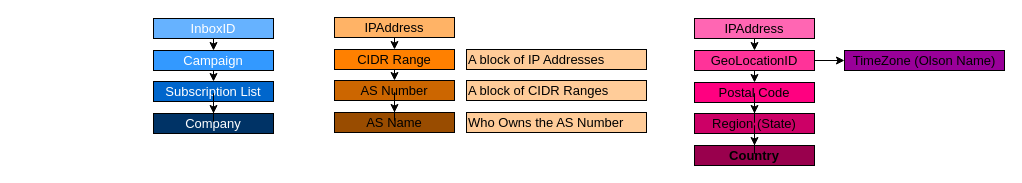
Before: Hierarchies.dio in Robert-312/PyTorch-CNN-Framework, a draw.io diagram. Source tidied: cells renumbered, new cells numbered last; positions are measured from the earlier drawing's top-left corner, leaving out a move shared by most shapes. Both pictures are drawn from the tidied source at 100%, with x=0, y=0 at pixel (153, 17).
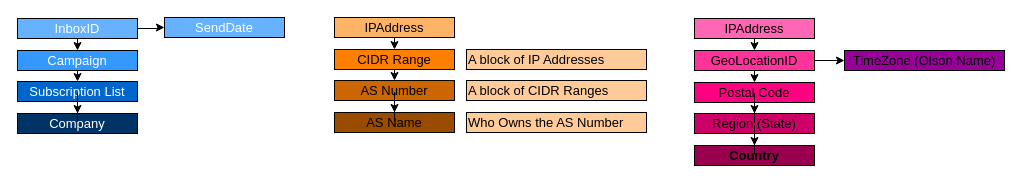
Above is the later version.

Commit message (it also covers changes not shown here):
add sessionization diagram

The change refers to these unchanged cells:
```xml
<mxCell id="3" value="InboxID" style="rounded=0;whiteSpace=wrap;html=1;fillColor=#66B2FF;fontSize=13;fontColor=#FFFFFF;" parent="2" vertex="1">
  <mxGeometry width="120" height="20" as="geometry" />
</mxCell>
```

Diff of the diagram source:
```diff
@@
     <mxCell id="2" style="group;" parent="1" vertex="1">
-      <mxGeometry y="1" width="120" height="115" as="geometry" />
+      <mxGeometry x="-136" y="1" width="120" height="115" as="geometry" />
     </mxCell>
@@
+    <mxCell id="33" value="SendDate" style="rounded=0;whiteSpace=wrap;html=1;fillColor=#66B2FF;fontSize=13;fontColor=#FFFFFF;" parent="1" vertex="1">
+      <mxGeometry x="11" width="120" height="20" as="geometry" />
+    </mxCell>
+    <mxCell id="34" style="edgeStyle=orthogonalEdgeStyle;rounded=0;html=1;entryX=0;entryY=0.5;jettySize=auto;fontSize=13;fontColor=#000000;" parent="1" edge="1" source="3" target="33">
+      <mxGeometry relative="1" as="geometry" />
+    </mxCell>
```
